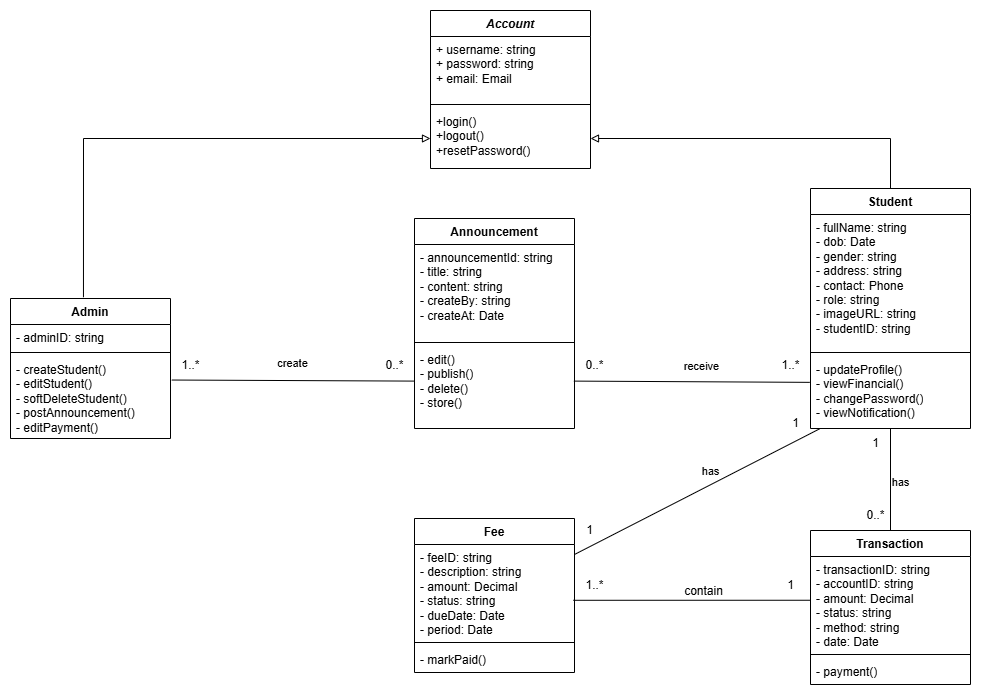
The draw.io diagram documents/Class-Diagram.drawio.png in zombieTDV/Student-Management-System, before a commit. Source tidied: cells renumbered, new cells last; positions are measured from the earlier drawing's top-left corner, leaving out a move shared by most shapes.
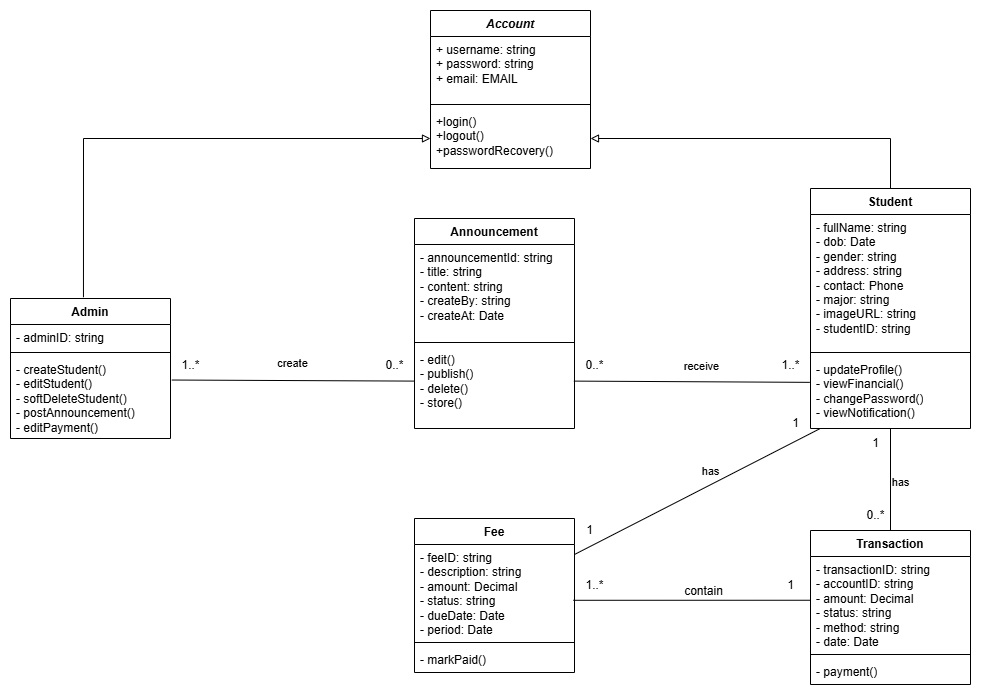
The same file after the commit.

Commit message:
-Cập nhật Class-Diagram, UI design

The edit, as a diff of the source:
```diff
@@ -5,13 +5,13 @@
     <mxCell id="2" value="&lt;i&gt;Account&lt;/i&gt;" style="swimlane;fontStyle=1;align=center;verticalAlign=top;horizontal=1;startSize=26;whiteSpace=wrap;html=1;" parent="1" vertex="1">
       <mxGeometry x="420" width="160" height="158" as="geometry" />
     </mxCell>
-    <mxCell id="3" value="+ username: string&lt;div&gt;+ password: string&lt;/div&gt;&lt;div&gt;+ email: Email&lt;/div&gt;" style="text;strokeColor=none;fillColor=none;align=left;verticalAlign=top;spacingLeft=4;spacingRight=4;overflow=hidden;whiteSpace=wrap;html=1;" parent="2" vertex="1">
+    <mxCell id="3" value="+ username: string&lt;div&gt;+ password: string&lt;/div&gt;&lt;div&gt;+ email: EMAIL&lt;/div&gt;" style="text;strokeColor=none;fillColor=none;align=left;verticalAlign=top;spacingLeft=4;spacingRight=4;overflow=hidden;whiteSpace=wrap;html=1;" parent="2" vertex="1">
       <mxGeometry y="26" width="160" height="64" as="geometry" />
     </mxCell>
     <mxCell id="4" style="line;strokeWidth=1;fillColor=none;align=left;verticalAlign=middle;spacingTop=-1;spacingLeft=3;spacingRight=3;labelPosition=right;strokeColor=inherit;" parent="2" vertex="1">
       <mxGeometry y="90" width="160" height="8" as="geometry" />
     </mxCell>
-    <mxCell id="5" value="+login()&lt;div&gt;+logout()&lt;/div&gt;&lt;div&gt;+resetPassword()&lt;/div&gt;" style="text;strokeColor=none;fillColor=none;align=left;verticalAlign=top;spacingLeft=4;spacingRight=4;overflow=hidden;points=[[0,0.5],[1,0.5]];portConstraint=eastwest;whiteSpace=wrap;html=1;" parent="2" vertex="1">
+    <mxCell id="5" value="+login()&lt;div&gt;+logout()&lt;/div&gt;&lt;div&gt;+passwordRecovery()&lt;/div&gt;" style="text;strokeColor=none;fillColor=none;align=left;verticalAlign=top;spacingLeft=4;spacingRight=4;overflow=hidden;points=[[0,0.5],[1,0.5]];portConstraint=eastwest;whiteSpace=wrap;html=1;" parent="2" vertex="1">
       <mxGeometry y="98" width="160" height="60" as="geometry" />
     </mxCell>
     <mxCell id="6" style="edgeStyle=orthogonalEdgeStyle;rounded=0;jettySize=auto;html=1;entryX=0;entryY=0.5;entryDx=0;entryDy=0;endArrow=block;endFill=0;exitX=0.456;exitY=-0.009;exitDx=0;exitDy=0;exitPerimeter=0;" parent="1" edge="1" source="44" target="5">
@@ -23,7 +23,7 @@
     <mxCell id="8" value="Student" style="swimlane;fontStyle=1;align=center;verticalAlign=top;horizontal=1;startSize=26;whiteSpace=wrap;html=1;" parent="1" vertex="1">
       <mxGeometry x="800" y="178" width="160" height="240" as="geometry" />
     </mxCell>
-    <mxCell id="9" value="&lt;div&gt;- fullName: string&lt;/div&gt;&lt;div&gt;- dob: Date&lt;/div&gt;&lt;div&gt;- gender: string&lt;/div&gt;&lt;div&gt;- address: string&lt;/div&gt;&lt;div&gt;- contact: Phone&lt;/div&gt;&lt;div&gt;- role: string&lt;/div&gt;&lt;div&gt;- imageURL: string&lt;/div&gt;&lt;div&gt;- studentID: string&lt;/div&gt;" style="text;strokeColor=none;fillColor=none;align=left;verticalAlign=top;spacingLeft=4;spacingRight=4;overflow=hidden;whiteSpace=wrap;html=1;" parent="8" vertex="1">
+    <mxCell id="9" value="&lt;div&gt;- fullName: string&lt;/div&gt;&lt;div&gt;- dob: Date&lt;/div&gt;&lt;div&gt;- gender: string&lt;/div&gt;&lt;div&gt;- address: string&lt;/div&gt;&lt;div&gt;- contact: Phone&lt;/div&gt;&lt;div&gt;- major: string&lt;/div&gt;&lt;div&gt;- imageURL: string&lt;/div&gt;&lt;div&gt;- studentID: string&lt;/div&gt;" style="text;strokeColor=none;fillColor=none;align=left;verticalAlign=top;spacingLeft=4;spacingRight=4;overflow=hidden;whiteSpace=wrap;html=1;" parent="8" vertex="1">
       <mxGeometry y="26" width="160" height="134" as="geometry" />
     </mxCell>
     <mxCell id="10" style="line;strokeWidth=1;fillColor=none;align=left;verticalAlign=middle;spacingTop=-1;spacingLeft=3;spacingRight=3;labelPosition=right;strokeColor=inherit;" parent="8" vertex="1">
```
